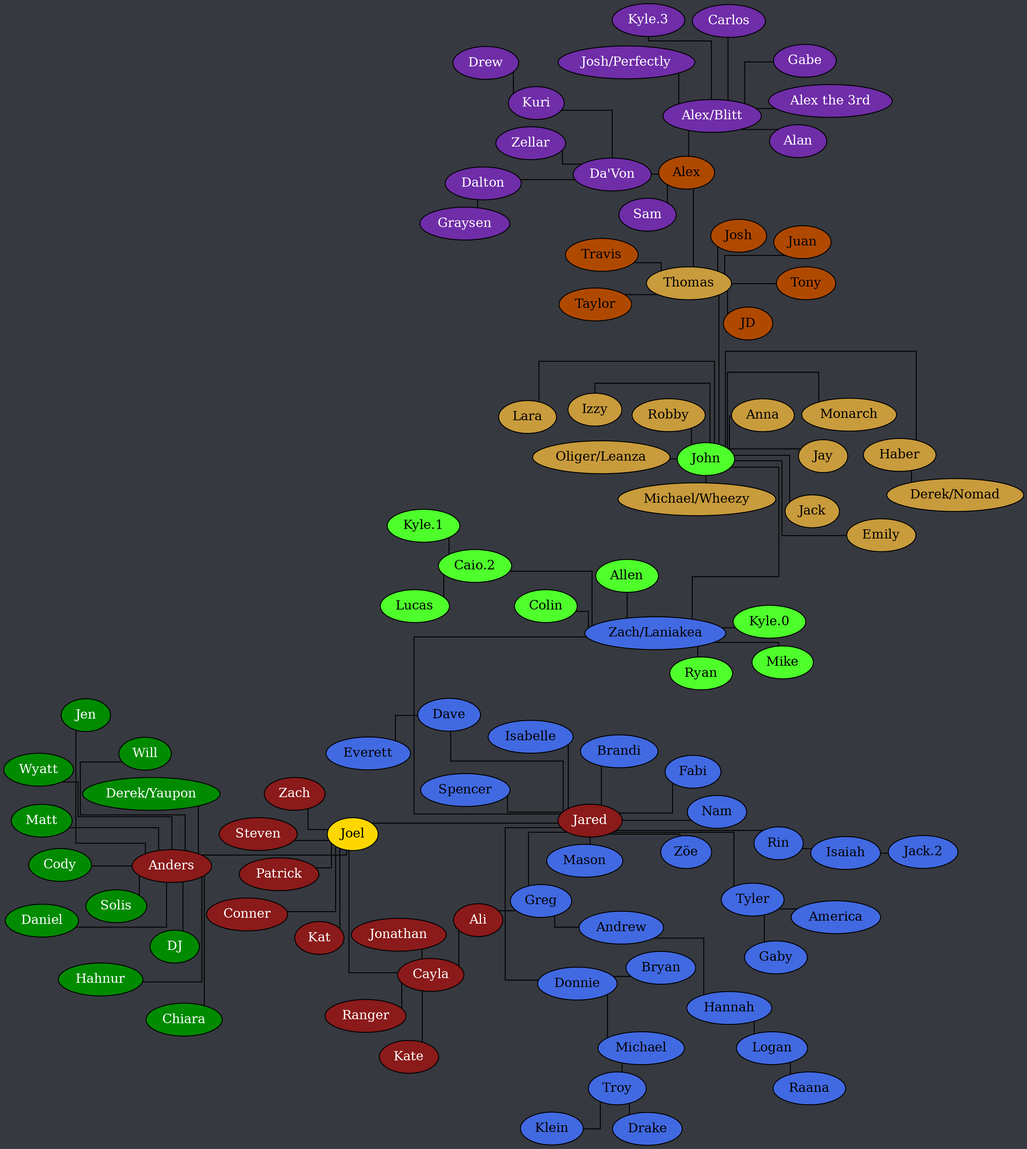
Earlier version of the Graphviz export tree.png (Documidas/CoronaCatzFamilyTree). Its source is kept beside it as tree.dot.
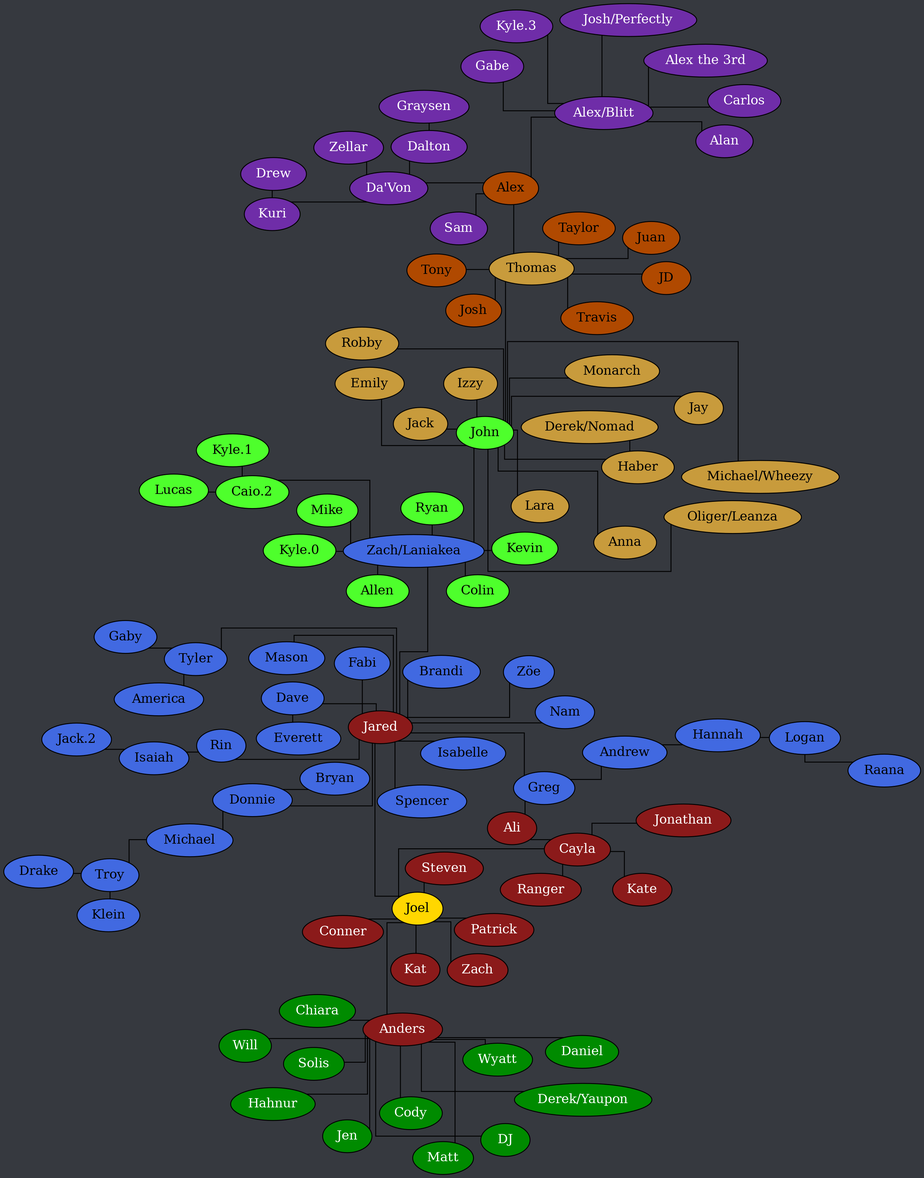
Above is the later version.

What changed in the source:
```diff
@@ -87,6 +87,7 @@
 		"Zach/Laniakea" -- "Caio.2";
 		"Zach/Laniakea" -- Colin;
 		"Zach/Laniakea" -- John;
+		"Zach/Laniakea" -- Kevin;
 		"Zach/Laniakea" -- "Kyle.0";
 		"Zach/Laniakea" -- Mike;
 		"Zach/Laniakea" -- Ryan;
```
